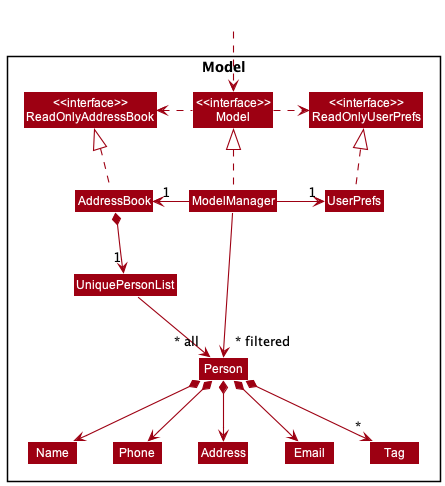
nus-cs2103-AY2223S1/tp keeps this PlantUML diagram as docs/images/ModelClassDiagram.png. Above is the earlier version.
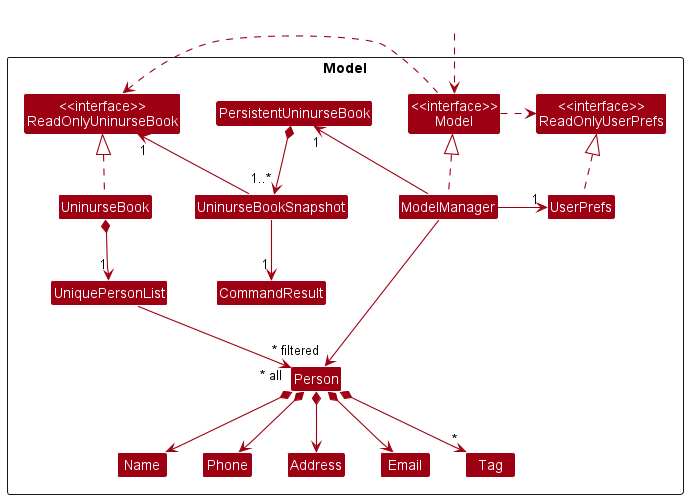
Above is the later version.

Diff of the diagram source:
```diff
@@ -5,12 +5,16 @@
 skinparam classBackgroundColor MODEL_COLOR
 
 Package Model <<Rectangle>>{
-Class "<<interface>>\nReadOnlyAddressBook" as ReadOnlyAddressBook
+Class "<<interface>>\nReadOnlyUninurseBook" as ReadOnlyUninurseBook
 Class "<<interface>>\nReadOnlyUserPrefs" as ReadOnlyUserPrefs
 Class "<<interface>>\nModel" as Model
-Class AddressBook
+Class UninurseBook
 Class ModelManager
 Class UserPrefs
+
+Class PersistentUninurseBook
+Class UninurseBookSnapshot
+Class CommandResult
 
 Class UniquePersonList
 Class Person
@@ -25,16 +29,20 @@
 Class HiddenOutside #FFFFFF
 HiddenOutside ..> Model
 
-AddressBook .up.|> ReadOnlyAddressBook
+UninurseBook .up.|> ReadOnlyUninurseBook
 
 ModelManager .up.|> Model
 Model .right.> ReadOnlyUserPrefs
-Model .left.> ReadOnlyAddressBook
-ModelManager -left-> "1" AddressBook
+Model .left.> ReadOnlyUninurseBook
+ModelManager -left-> "1" PersistentUninurseBook
 ModelManager -right-> "1" UserPrefs
 UserPrefs .up.|> ReadOnlyUserPrefs
 
-AddressBook *--> "1" UniquePersonList
+PersistentUninurseBook *-down-> "1..*" UninurseBookSnapshot
+UninurseBookSnapshot -up-> "1" ReadOnlyUninurseBook
+UninurseBookSnapshot -down-> "1" CommandResult
+
+UninurseBook *--> "1" UniquePersonList
 UniquePersonList --> "~* all" Person
 Person *--> Name
 Person *--> Phone
```
